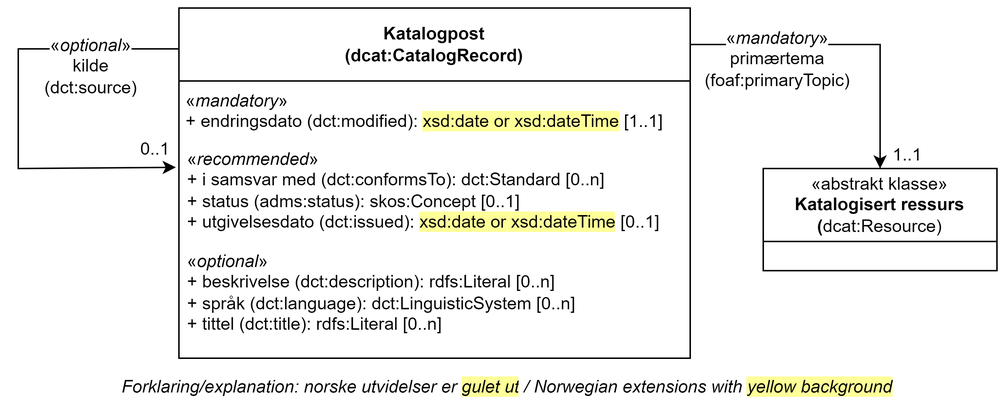
Before: docs/images/Klassen-Katalogpost.png, a diagram exported from draw.io (Informasjonsforvaltning/dcat-ap-no). Source tidied: cells renumbered, new cells last; positions are measured from the earlier drawing's top-left corner, leaving out a move shared by most shapes.
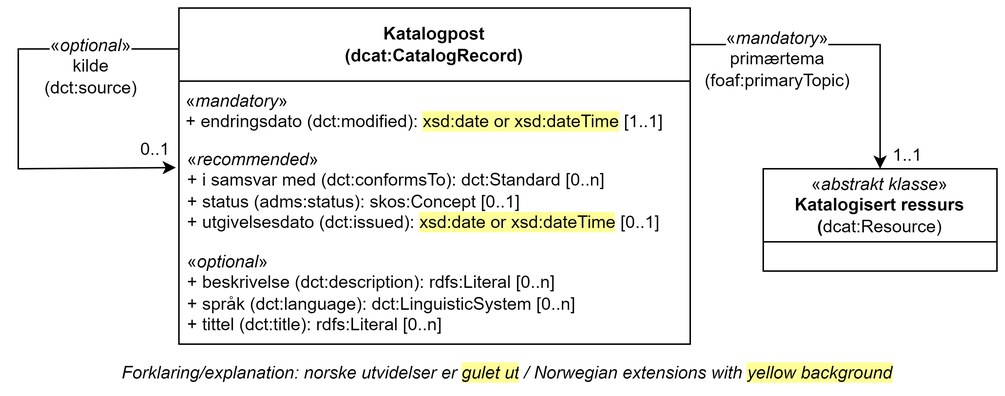
The same file after the commit.

Diff of the diagram source:
```diff
@@ -3,7 +3,7 @@
     <mxCell id="0" />
     <mxCell id="1" parent="0" />
     <mxCell id="2" value="Katalogpost&lt;br&gt;(dcat:CatalogRecord)" style="swimlane;whiteSpace=wrap;html=1;startSize=50;" parent="1" vertex="1">
-      <mxGeometry x="110" width="350" height="240" as="geometry" />
+      <mxGeometry x="110" width="350" height="230" as="geometry" />
     </mxCell>
     <mxCell id="3" value="«&lt;i&gt;mandatory&lt;/i&gt;»&lt;br&gt;+ endringsdato (dct:modified):&amp;nbsp;&lt;span style=&quot;background-color: rgb(255, 255, 153);&quot;&gt;xsd:date or xsd:dateTime&lt;/span&gt; [1..1]" style="text;strokeColor=none;fillColor=none;align=left;verticalAlign=top;spacingLeft=4;spacingRight=4;overflow=hidden;whiteSpace=wrap;html=1;" parent="2" vertex="1">
       <mxGeometry x="-1" y="50" width="351" height="50" as="geometry" />
@@ -23,7 +23,7 @@
     <mxCell id="6" value="&lt;div&gt;«&lt;i&gt;optional&lt;/i&gt;»&lt;/div&gt;&lt;div&gt;+ beskrivelse (dct:description): rdfs:Literal [0..n]&lt;/div&gt;&lt;div&gt;+ språk (dct:language): dct:LinguisticSystem [0..n]&lt;/div&gt;&lt;div&gt;+ tittel (dct:title): rdfs:Literal [0..n]&lt;/div&gt;" style="text;strokeColor=none;fillColor=none;align=left;verticalAlign=top;spacingLeft=4;spacingRight=4;overflow=hidden;whiteSpace=wrap;html=1;" parent="2" vertex="1">
       <mxGeometry y="160" width="350" height="70" as="geometry" />
     </mxCell>
-    <mxCell id="7" value="&lt;span style=&quot;font-weight: normal;&quot;&gt;«abstrakt klasse»&lt;/span&gt;&lt;br&gt;Katalogisert ressurs&lt;br&gt;(&lt;span style=&quot;font-weight: 400;&quot;&gt;dcat:Resource&lt;/span&gt;&lt;span style=&quot;font-weight: normal;&quot;&gt;)&lt;/span&gt;" style="swimlane;whiteSpace=wrap;html=1;startSize=50;" parent="1" vertex="1">
+    <mxCell id="7" value="&lt;span style=&quot;font-weight: normal;&quot;&gt;«&lt;i&gt;abstrakt klasse&lt;/i&gt;»&lt;/span&gt;&lt;br&gt;Katalogisert ressurs&lt;br&gt;(&lt;span style=&quot;font-weight: 400;&quot;&gt;dcat:Resource&lt;/span&gt;&lt;span style=&quot;font-weight: normal;&quot;&gt;)&lt;/span&gt;" style="swimlane;whiteSpace=wrap;html=1;startSize=50;" parent="1" vertex="1">
       <mxGeometry x="510" y="110" width="160" height="70" as="geometry" />
     </mxCell>
     <mxCell id="8" style="endArrow=classic;html=1;rounded=0;entryX=0.5;entryY=0;entryDx=0;entryDy=0;" parent="1" edge="1" target="7">
@@ -47,7 +47,7 @@
       <mxGeometry x="74" y="82" width="40" height="30" as="geometry" />
     </mxCell>
     <mxCell id="13" value="Forklaring/explanation: norske utvidelser er&amp;nbsp;&lt;span style=&quot;background-color: rgb(255, 255, 153);&quot;&gt;gulet ut&lt;/span&gt;&lt;span style=&quot;background-color: rgb(255 , 255 , 255)&quot;&gt;&amp;nbsp;/&amp;nbsp;Norwegian extensions with &lt;/span&gt;&lt;span style=&quot;background-color: rgb(255, 255, 153);&quot;&gt;yellow background&lt;/span&gt;" style="text;html=1;strokeColor=none;fillColor=none;align=center;verticalAlign=middle;whiteSpace=wrap;rounded=0;fontStyle=2;" parent="1" vertex="1">
-      <mxGeometry y="250" width="670" height="20" as="geometry" />
+      <mxGeometry y="240" width="670" height="20" as="geometry" />
     </mxCell>
   </root>
 </mxGraphModel>
```
